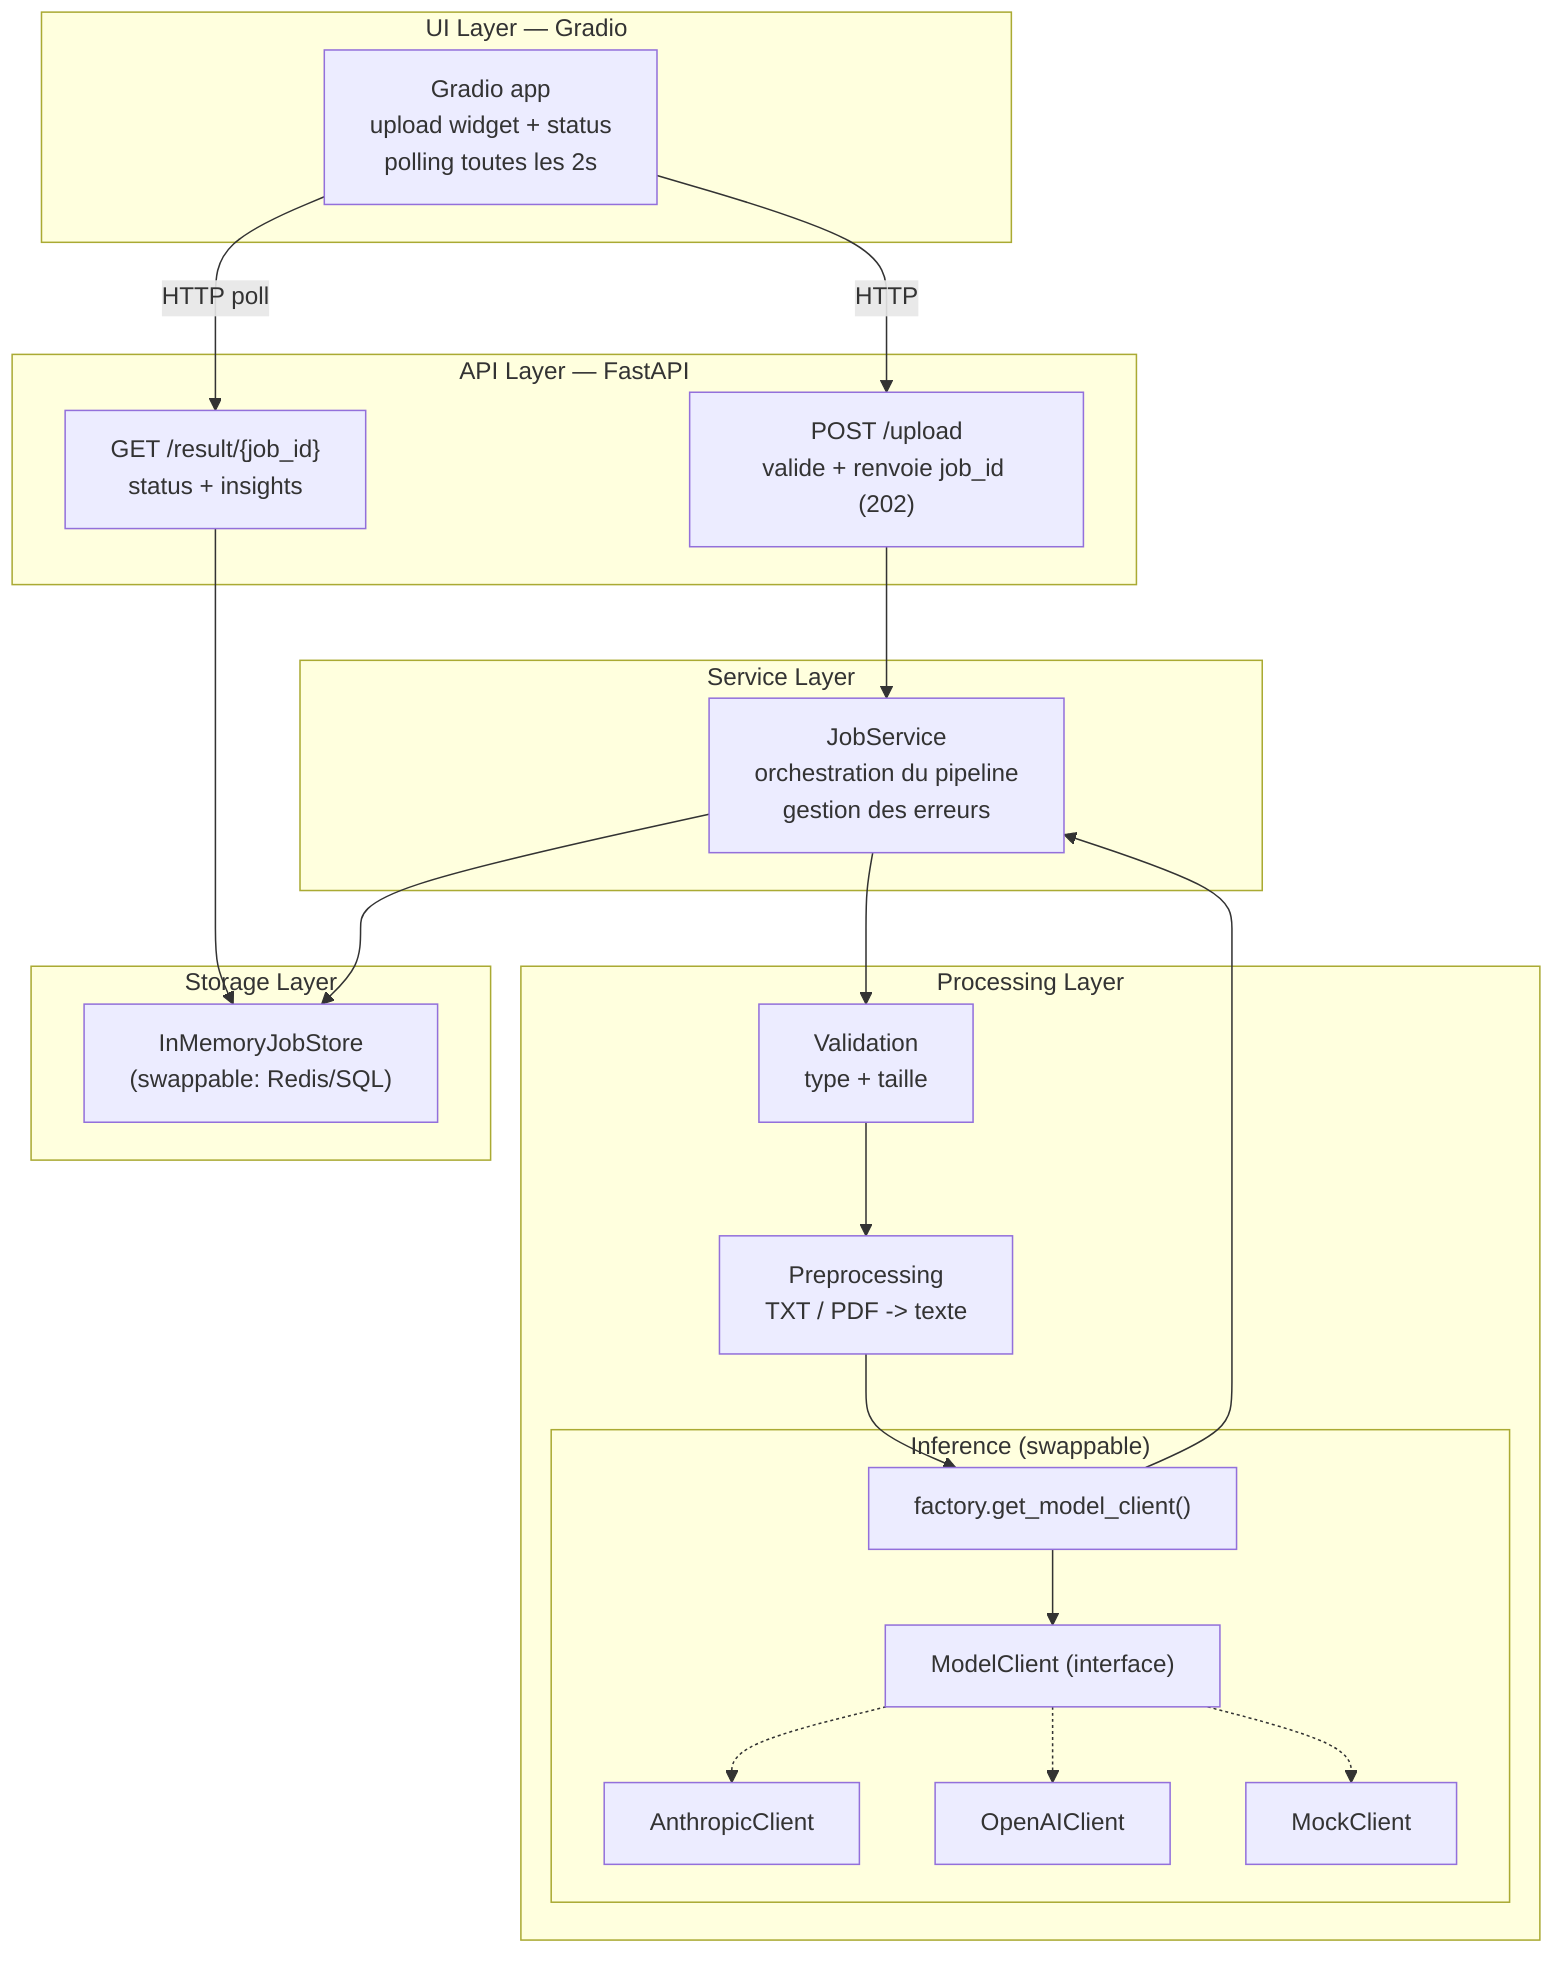
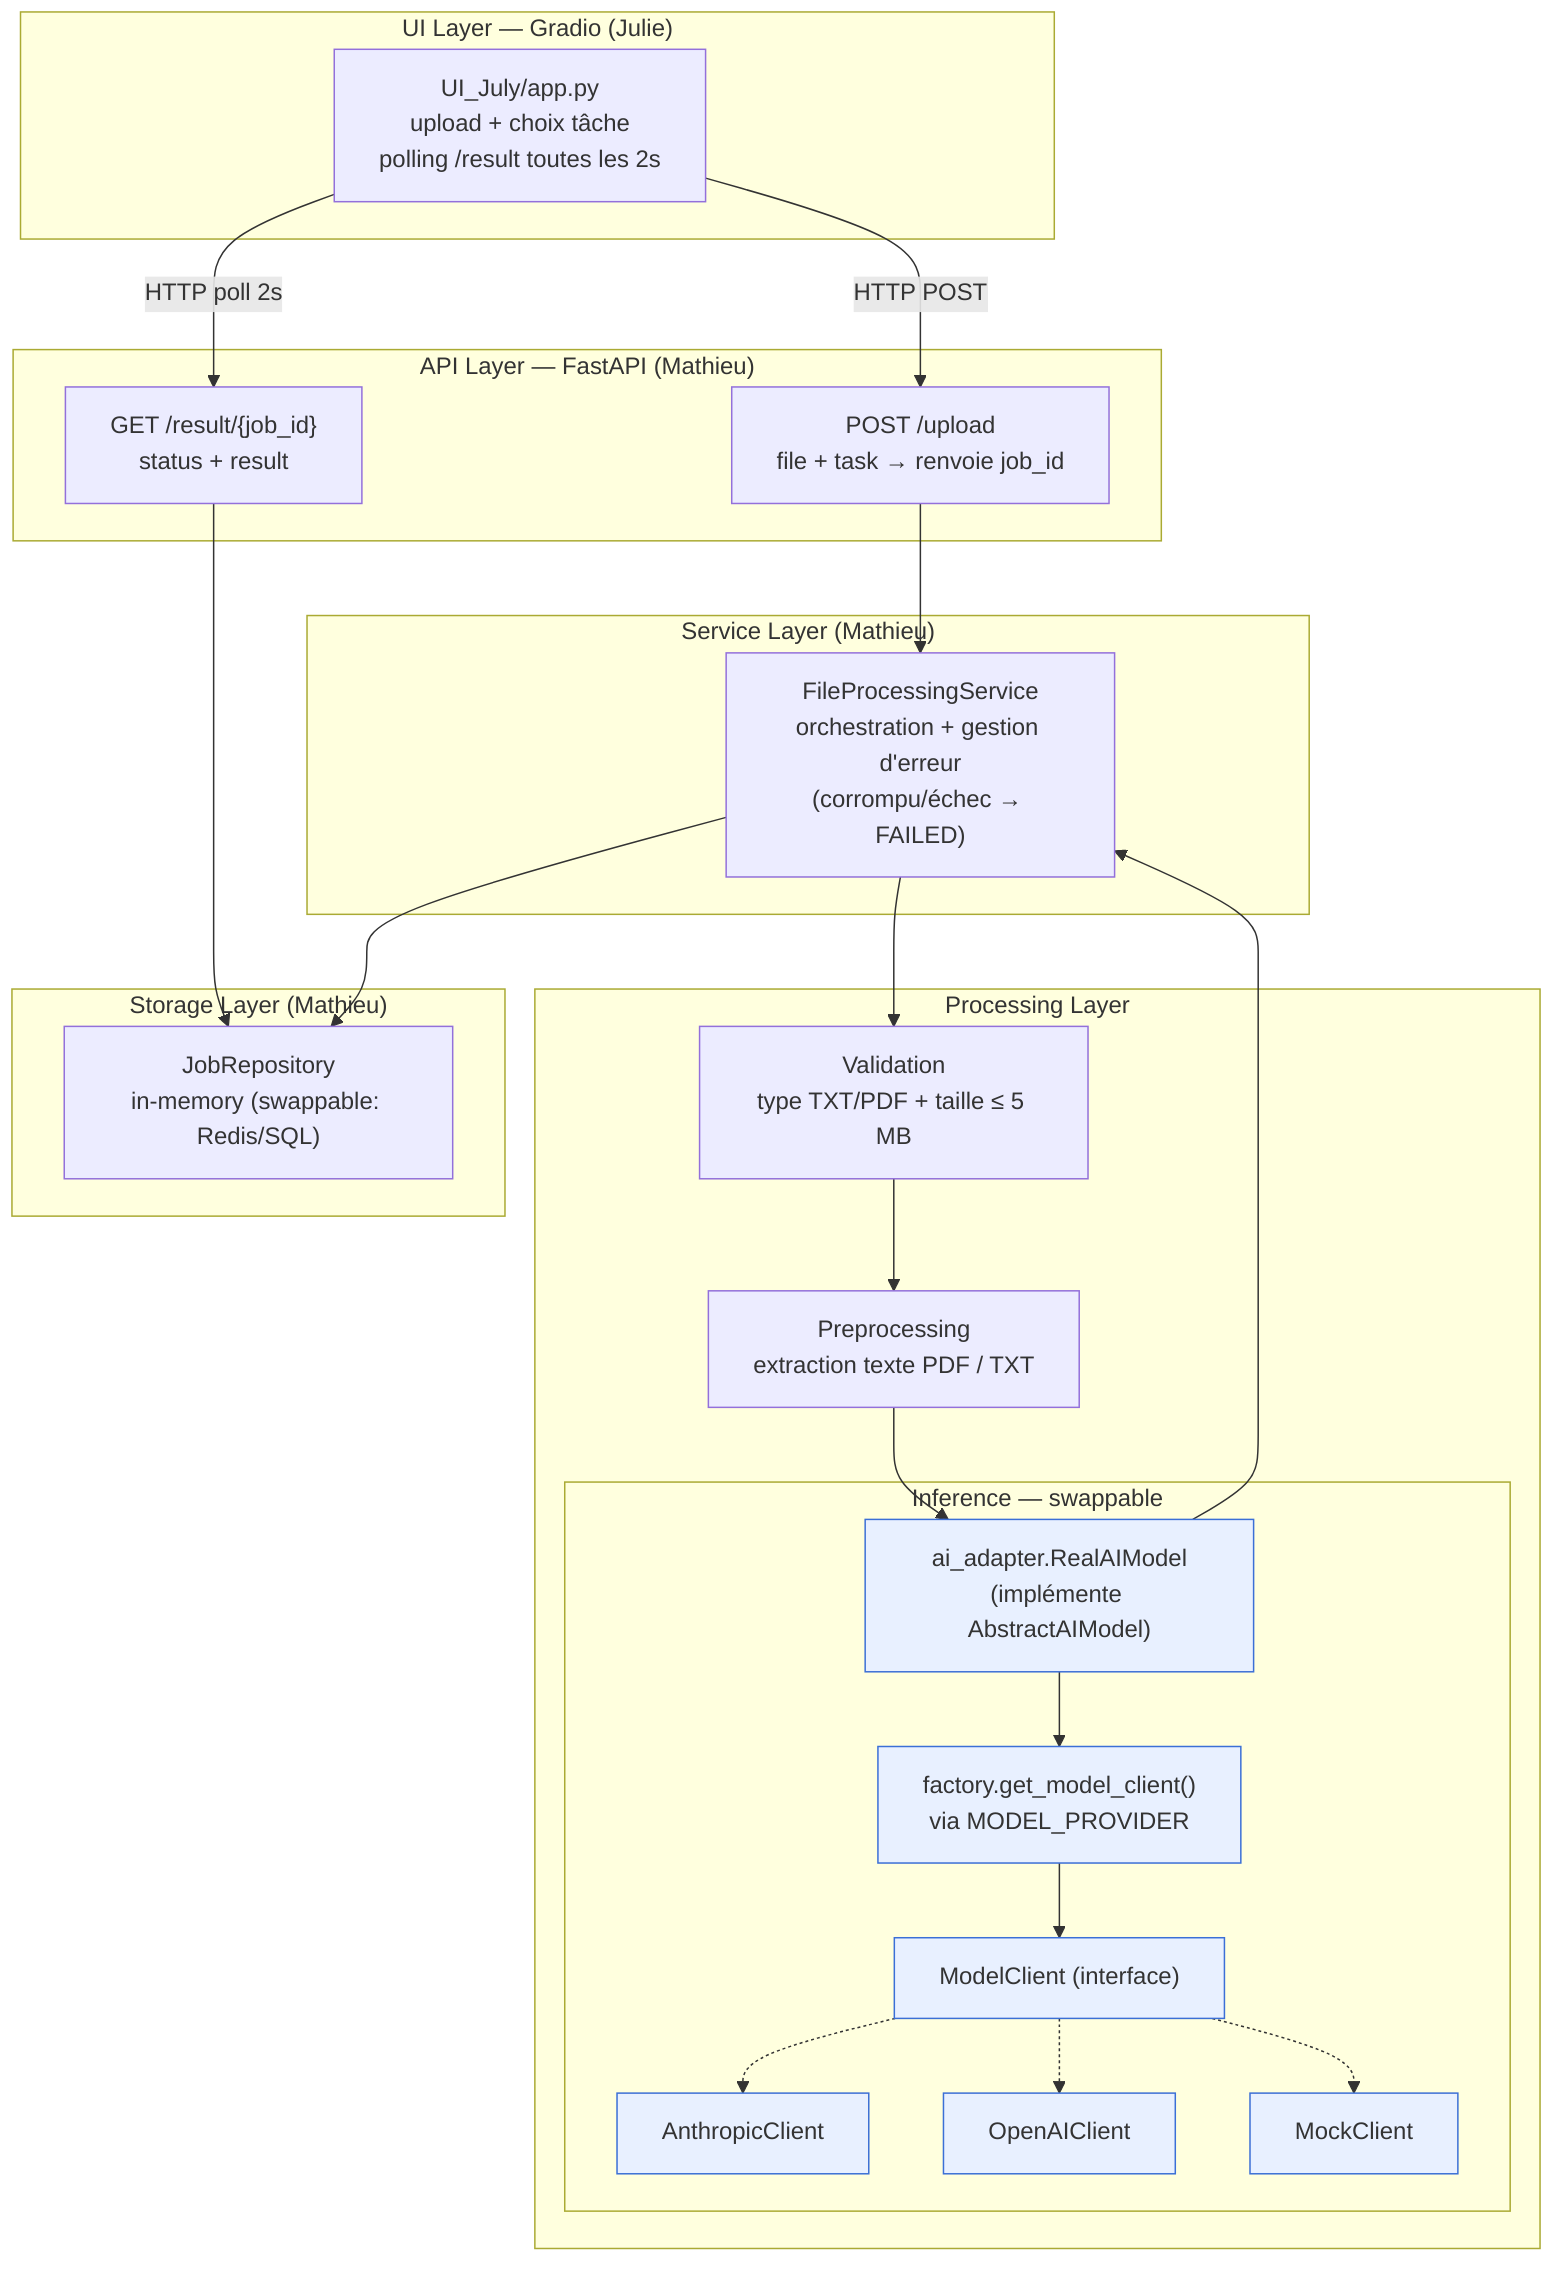
flowchart TB
-     subgraph UI["UI Layer — Gradio"]
-         G["Gradio app<br/>upload widget + status<br/>polling toutes les 2s"]
+     subgraph UI["UI Layer — Gradio (Julie)"]
+         G["UI_July/app.py<br/>upload + choix tâche<br/>polling /result toutes les 2s"]
    end

-     subgraph API["API Layer — FastAPI"]
-         U["POST /upload<br/>valide + renvoie job_id (202)"]
-         R["GET /result/{job_id}<br/>status + insights"]
+     subgraph API["API Layer — FastAPI (Mathieu)"]
+         U["POST /upload<br/>file + task → renvoie job_id"]
+         R["GET /result/{job_id}<br/>status + result"]
    end

-     subgraph SVC["Service Layer"]
-         JS["JobService<br/>orchestration du pipeline<br/>gestion des erreurs"]
+     subgraph SVC["Service Layer (Mathieu)"]
+         JS["FileProcessingService<br/>orchestration + gestion d'erreur<br/>(corrompu/échec → FAILED)"]
    end

    subgraph PROC["Processing Layer"]
-         V["Validation<br/>type + taille"]
-         P["Preprocessing<br/>TXT / PDF -> texte"]
-         subgraph INF["Inference (swappable)"]
+         V["Validation<br/>type TXT/PDF + taille ≤ 5 MB"]
+         P["Preprocessing<br/>extraction texte PDF / TXT"]
+         subgraph INF["Inference — swappable"]
+             ADP["ai_adapter.RealAIModel<br/>(implémente AbstractAIModel)"]
+             FAC["factory.get_model_client()<br/>via MODEL_PROVIDER"]
            BASE["ModelClient (interface)"]
            ANTH["AnthropicClient"]
            OAI["OpenAIClient"]
            MOCK["MockClient"]
-             FAC["factory.get_model_client()"]
        end
    end

-     subgraph STORE["Storage Layer"]
-         DB["InMemoryJobStore<br/>(swappable: Redis/SQL)"]
+     subgraph STORE["Storage Layer (Mathieu)"]
+         DB["JobRepository<br/>in-memory (swappable: Redis/SQL)"]
    end

-     G -- "HTTP" --> U
-     G -- "HTTP poll" --> R
+     G -- "HTTP POST" --> U
+     G -- "HTTP poll 2s" --> R
    U --> JS
    R --> DB
-     JS --> V --> P --> FAC
-     FAC --> BASE
+     JS --> V --> P --> ADP
+     ADP --> FAC --> BASE
    BASE -.-> ANTH
    BASE -.-> OAI
    BASE -.-> MOCK
-     FAC --> JS
+     ADP --> JS
    JS --> DB
+ 
+     classDef steph fill:#e8f0ff,stroke:#3b6fd6,stroke-width:1px;
+     class ADP,FAC,BASE,ANTH,OAI,MOCK steph;
